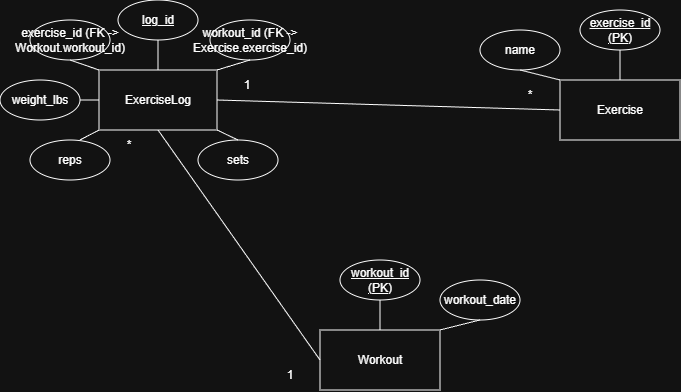
kevinhocs/workout-logger keeps this draw.io diagram as docs/workout_logger_erd.png. Above is the earlier version. Source tidied: cells renumbered, new cells last; positions are measured from the earlier drawing's top-left corner, leaving out a move shared by most shapes.
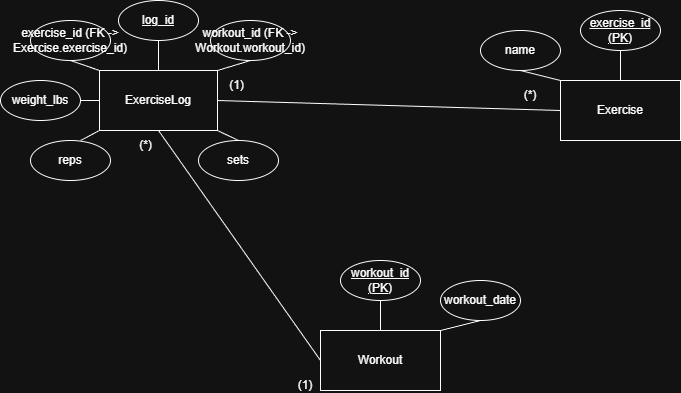
After the commit.

Change to the diagram source:
```diff
@@ -11,10 +11,10 @@
     <mxCell id="4" value="&lt;u&gt;log_id&lt;/u&gt;" style="ellipse;whiteSpace=wrap;html=1;" parent="1" vertex="1">
       <mxGeometry x="118" width="80" height="40" as="geometry" />
     </mxCell>
-    <mxCell id="5" value="workout_id (FK -&amp;gt; Exercise.exercise_id&lt;span style=&quot;background-color: transparent; color: light-dark(rgb(0, 0, 0), rgb(255, 255, 255));&quot;&gt;)&lt;/span&gt;" style="ellipse;whiteSpace=wrap;html=1;" parent="1" vertex="1">
+    <mxCell id="5" value="workout_id (FK -&amp;gt; Workout.workout_id&lt;span style=&quot;background-color: transparent; color: light-dark(rgb(0, 0, 0), rgb(255, 255, 255));&quot;&gt;)&lt;/span&gt;" style="ellipse;whiteSpace=wrap;html=1;" parent="1" vertex="1">
       <mxGeometry x="210" y="20" width="80" height="40" as="geometry" />
     </mxCell>
-    <mxCell id="6" value="exercise_id (FK -&amp;gt; Workout.workout_id)" style="ellipse;whiteSpace=wrap;html=1;" parent="1" vertex="1">
+    <mxCell id="6" value="exercise_id (FK -&amp;gt; Exercise.exercise_id)" style="ellipse;whiteSpace=wrap;html=1;" parent="1" vertex="1">
       <mxGeometry x="30" y="20" width="80" height="40" as="geometry" />
     </mxCell>
     <mxCell id="7" value="weight_lbs" style="ellipse;whiteSpace=wrap;html=1;" parent="1" vertex="1">
@@ -79,16 +79,16 @@
     <mxCell id="26" style="endArrow=none;html=1;rounded=0;exitX=1;exitY=0.5;exitDx=0;exitDy=0;entryX=0;entryY=0.5;entryDx=0;entryDy=0;" parent="1" edge="1" source="2" target="3">
       <mxGeometry relative="1" as="geometry" />
     </mxCell>
-    <mxCell id="27" value="1" style="text;html=1;whiteSpace=wrap;strokeColor=none;fillColor=none;align=center;verticalAlign=middle;rounded=0;" parent="1" vertex="1">
-      <mxGeometry x="260" y="360" width="60" height="30" as="geometry" />
+    <mxCell id="27" value="(1)" style="text;html=1;whiteSpace=wrap;strokeColor=none;fillColor=none;align=center;verticalAlign=middle;rounded=0;" parent="1" vertex="1">
+      <mxGeometry x="300" y="380" width="10" height="10" as="geometry" />
     </mxCell>
-    <mxCell id="28" value="*" style="text;html=1;whiteSpace=wrap;strokeColor=none;fillColor=none;align=center;verticalAlign=middle;rounded=0;" parent="1" vertex="1">
-      <mxGeometry x="99" y="130" width="60" height="30" as="geometry" />
+    <mxCell id="28" value="(*)" style="text;html=1;whiteSpace=wrap;strokeColor=none;fillColor=none;align=center;verticalAlign=middle;rounded=0;" parent="1" vertex="1">
+      <mxGeometry x="140" y="140" width="11" height="10" as="geometry" />
     </mxCell>
-    <mxCell id="29" value="1" style="text;html=1;whiteSpace=wrap;strokeColor=none;fillColor=none;align=center;verticalAlign=middle;rounded=0;" parent="1" vertex="1">
-      <mxGeometry x="217" y="70" width="60" height="30" as="geometry" />
+    <mxCell id="29" value="(1)" style="text;html=1;whiteSpace=wrap;strokeColor=none;fillColor=none;align=center;verticalAlign=middle;rounded=0;" parent="1" vertex="1">
+      <mxGeometry x="230" y="80" width="13" height="10" as="geometry" />
     </mxCell>
-    <mxCell id="30" value="*" style="text;html=1;whiteSpace=wrap;strokeColor=none;fillColor=none;align=center;verticalAlign=middle;rounded=0;" parent="1" vertex="1">
+    <mxCell id="30" value="(*)" style="text;html=1;whiteSpace=wrap;strokeColor=none;fillColor=none;align=center;verticalAlign=middle;rounded=0;" parent="1" vertex="1">
       <mxGeometry x="500" y="80" width="60" height="30" as="geometry" />
     </mxCell>
   </root>
```
